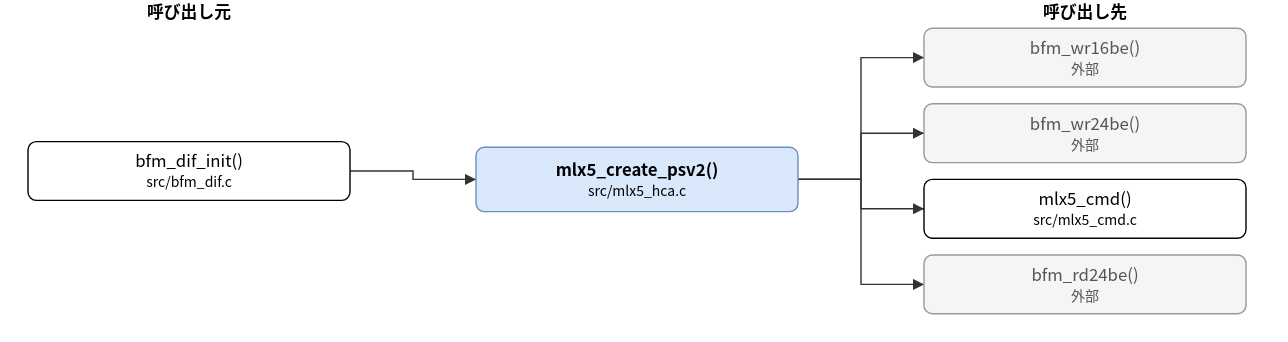
hf355051012-ai/bfmem keeps this draw.io diagram as doc/spec/images/call_src_mlx5_hca-mlx5_create_psv2.drawio.svg. Above is the earlier version. Source tidied: cells renumbered, new cells last; positions are measured from the earlier drawing's top-left corner, leaving out a move shared by most shapes. The source it was exported from:
```xml
<mxGraphModel>
  <root>
    <mxCell id="0" />
    <mxCell id="1" parent="0" />
    <mxCell id="2" value="mlx5_create_psv2()&lt;br&gt;&lt;font style=&quot;font-size:10px&quot;&gt;src/mlx5_hca.c&lt;/font&gt;" style="rounded=1;whiteSpace=wrap;html=1;fillColor=#dae8fc;strokeColor=#6c8ebf;fontStyle=1;" parent="1" vertex="1">
      <mxGeometry x="320" y="105" width="230" height="46" as="geometry" />
    </mxCell>
    <mxCell id="3" value="bfm_dif_init()&lt;br&gt;&lt;font style=&quot;font-size:10px&quot;&gt;src/bfm_dif.c&lt;/font&gt;" style="rounded=1;whiteSpace=wrap;html=1;" parent="1" vertex="1">
      <mxGeometry y="101" width="230" height="42" as="geometry" />
    </mxCell>
    <mxCell id="4" value="bfm_wr16be()&lt;br&gt;&lt;font style=&quot;font-size:10px&quot;&gt;外部&lt;/font&gt;" style="rounded=1;whiteSpace=wrap;html=1;fillColor=#f5f5f5;strokeColor=#999999;fontColor=#555555;" parent="1" vertex="1">
      <mxGeometry x="640" y="20" width="230" height="42" as="geometry" />
    </mxCell>
    <mxCell id="5" value="bfm_wr24be()&lt;br&gt;&lt;font style=&quot;font-size:10px&quot;&gt;外部&lt;/font&gt;" style="rounded=1;whiteSpace=wrap;html=1;fillColor=#f5f5f5;strokeColor=#999999;fontColor=#555555;" parent="1" vertex="1">
      <mxGeometry x="640" y="74" width="230" height="42" as="geometry" />
    </mxCell>
    <mxCell id="6" value="mlx5_cmd()&lt;br&gt;&lt;font style=&quot;font-size:10px&quot;&gt;src/mlx5_cmd.c&lt;/font&gt;" style="rounded=1;whiteSpace=wrap;html=1;" parent="1" vertex="1">
      <mxGeometry x="640" y="128" width="230" height="42" as="geometry" />
    </mxCell>
    <mxCell id="7" value="bfm_rd24be()&lt;br&gt;&lt;font style=&quot;font-size:10px&quot;&gt;外部&lt;/font&gt;" style="rounded=1;whiteSpace=wrap;html=1;fillColor=#f5f5f5;strokeColor=#999999;fontColor=#555555;" parent="1" vertex="1">
      <mxGeometry x="640" y="182" width="230" height="42" as="geometry" />
    </mxCell>
    <mxCell id="8" style="edgeStyle=none;html=1;rounded=0;endArrow=block;endFill=1;exitX=1.0000;exitY=0.5000;exitDx=0;exitDy=0;exitPerimeter=0;entryX=0.0000;entryY=0.5000;entryDx=0;entryDy=0;entryPerimeter=0;" parent="1" edge="1" source="3" target="2">
      <mxGeometry relative="1" as="geometry">
        <Array as="points">
          <mxPoint x="275" y="122" />
          <mxPoint x="275" y="128" />
        </Array>
      </mxGeometry>
    </mxCell>
    <mxCell id="9" style="edgeStyle=none;html=1;rounded=0;endArrow=block;endFill=1;exitX=1.0000;exitY=0.5000;exitDx=0;exitDy=0;exitPerimeter=0;entryX=0.0000;entryY=0.5000;entryDx=0;entryDy=0;entryPerimeter=0;" parent="1" edge="1" source="2" target="4">
      <mxGeometry relative="1" as="geometry">
        <Array as="points">
          <mxPoint x="595" y="128" />
          <mxPoint x="595" y="41" />
        </Array>
      </mxGeometry>
    </mxCell>
    <mxCell id="10" style="edgeStyle=none;html=1;rounded=0;endArrow=block;endFill=1;exitX=1.0000;exitY=0.5000;exitDx=0;exitDy=0;exitPerimeter=0;entryX=0.0000;entryY=0.5000;entryDx=0;entryDy=0;entryPerimeter=0;" parent="1" edge="1" source="2" target="5">
      <mxGeometry relative="1" as="geometry">
        <Array as="points">
          <mxPoint x="595" y="128" />
          <mxPoint x="595" y="95" />
        </Array>
      </mxGeometry>
    </mxCell>
    <mxCell id="11" style="edgeStyle=none;html=1;rounded=0;endArrow=block;endFill=1;exitX=1.0000;exitY=0.5000;exitDx=0;exitDy=0;exitPerimeter=0;entryX=0.0000;entryY=0.5000;entryDx=0;entryDy=0;entryPerimeter=0;" parent="1" edge="1" source="2" target="6">
      <mxGeometry relative="1" as="geometry">
        <Array as="points">
          <mxPoint x="595" y="128" />
          <mxPoint x="595" y="149" />
        </Array>
      </mxGeometry>
    </mxCell>
    <mxCell id="12" style="edgeStyle=none;html=1;rounded=0;endArrow=block;endFill=1;exitX=1.0000;exitY=0.5000;exitDx=0;exitDy=0;exitPerimeter=0;entryX=0.0000;entryY=0.5000;entryDx=0;entryDy=0;entryPerimeter=0;" parent="1" edge="1" source="2" target="7">
      <mxGeometry relative="1" as="geometry">
        <Array as="points">
          <mxPoint x="595" y="128" />
          <mxPoint x="595" y="203" />
        </Array>
      </mxGeometry>
    </mxCell>
    <mxCell id="13" value="呼び出し元" style="text;html=1;align=center;fontStyle=1;" parent="1" vertex="1">
      <mxGeometry x="35" width="160" height="18" as="geometry" />
    </mxCell>
    <mxCell id="14" value="呼び出し先" style="text;html=1;align=center;fontStyle=1;" parent="1" vertex="1">
      <mxGeometry x="675" width="160" height="18" as="geometry" />
    </mxCell>
  </root>
</mxGraphModel>
```
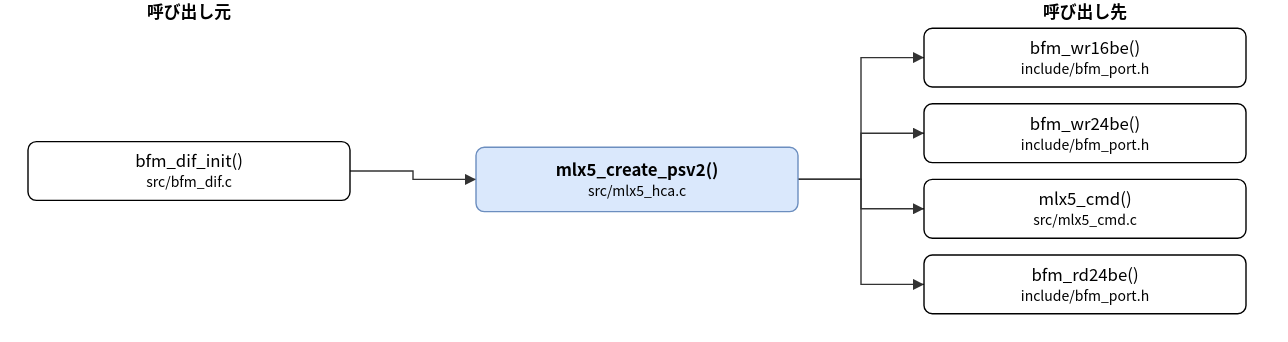
Later version of the same file.

What changed in the source:
```diff
@@ -8,16 +8,16 @@
     <mxCell id="3" value="bfm_dif_init()&lt;br&gt;&lt;font style=&quot;font-size:10px&quot;&gt;src/bfm_dif.c&lt;/font&gt;" style="rounded=1;whiteSpace=wrap;html=1;" parent="1" vertex="1">
       <mxGeometry y="101" width="230" height="42" as="geometry" />
     </mxCell>
-    <mxCell id="4" value="bfm_wr16be()&lt;br&gt;&lt;font style=&quot;font-size:10px&quot;&gt;外部&lt;/font&gt;" style="rounded=1;whiteSpace=wrap;html=1;fillColor=#f5f5f5;strokeColor=#999999;fontColor=#555555;" parent="1" vertex="1">
+    <mxCell id="4" value="bfm_wr16be()&lt;br&gt;&lt;font style=&quot;font-size:10px&quot;&gt;include/bfm_port.h&lt;/font&gt;" style="rounded=1;whiteSpace=wrap;html=1;" parent="1" vertex="1">
       <mxGeometry x="640" y="20" width="230" height="42" as="geometry" />
     </mxCell>
-    <mxCell id="5" value="bfm_wr24be()&lt;br&gt;&lt;font style=&quot;font-size:10px&quot;&gt;外部&lt;/font&gt;" style="rounded=1;whiteSpace=wrap;html=1;fillColor=#f5f5f5;strokeColor=#999999;fontColor=#555555;" parent="1" vertex="1">
+    <mxCell id="5" value="bfm_wr24be()&lt;br&gt;&lt;font style=&quot;font-size:10px&quot;&gt;include/bfm_port.h&lt;/font&gt;" style="rounded=1;whiteSpace=wrap;html=1;" parent="1" vertex="1">
       <mxGeometry x="640" y="74" width="230" height="42" as="geometry" />
     </mxCell>
     <mxCell id="6" value="mlx5_cmd()&lt;br&gt;&lt;font style=&quot;font-size:10px&quot;&gt;src/mlx5_cmd.c&lt;/font&gt;" style="rounded=1;whiteSpace=wrap;html=1;" parent="1" vertex="1">
       <mxGeometry x="640" y="128" width="230" height="42" as="geometry" />
     </mxCell>
-    <mxCell id="7" value="bfm_rd24be()&lt;br&gt;&lt;font style=&quot;font-size:10px&quot;&gt;外部&lt;/font&gt;" style="rounded=1;whiteSpace=wrap;html=1;fillColor=#f5f5f5;strokeColor=#999999;fontColor=#555555;" parent="1" vertex="1">
+    <mxCell id="7" value="bfm_rd24be()&lt;br&gt;&lt;font style=&quot;font-size:10px&quot;&gt;include/bfm_port.h&lt;/font&gt;" style="rounded=1;whiteSpace=wrap;html=1;" parent="1" vertex="1">
       <mxGeometry x="640" y="182" width="230" height="42" as="geometry" />
     </mxCell>
     <mxCell id="8" style="edgeStyle=none;html=1;rounded=0;endArrow=block;endFill=1;exitX=1.0000;exitY=0.5000;exitDx=0;exitDy=0;exitPerimeter=0;entryX=0.0000;entryY=0.5000;entryDx=0;entryDy=0;entryPerimeter=0;" parent="1" edge="1" source="3" target="2">
```
